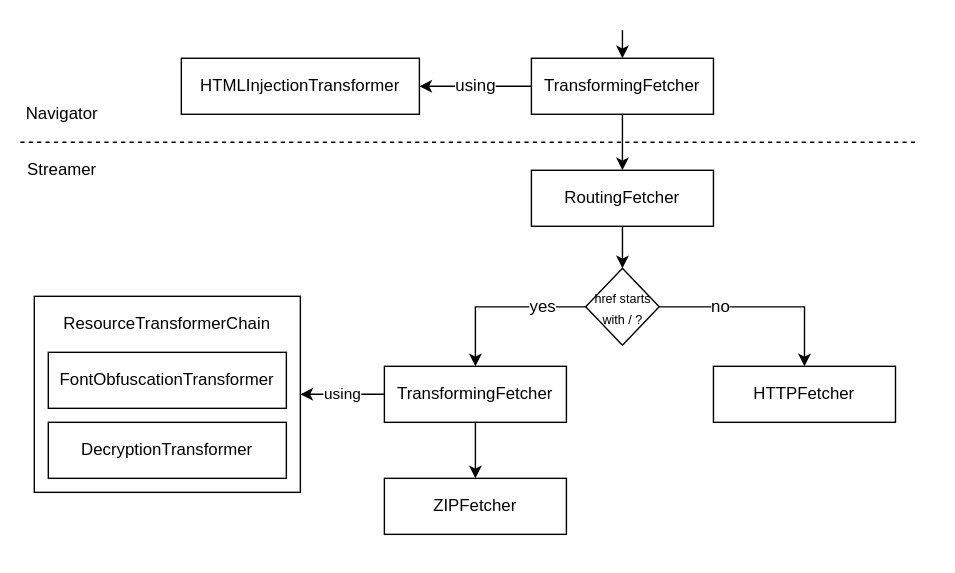
Above: proposals/assets/002-epub.svg in readium/architecture (draw.io), before the change. Source tidied: cells renumbered, new cells last; positions are measured from the earlier drawing's top-left corner, leaving out a move shared by most shapes.
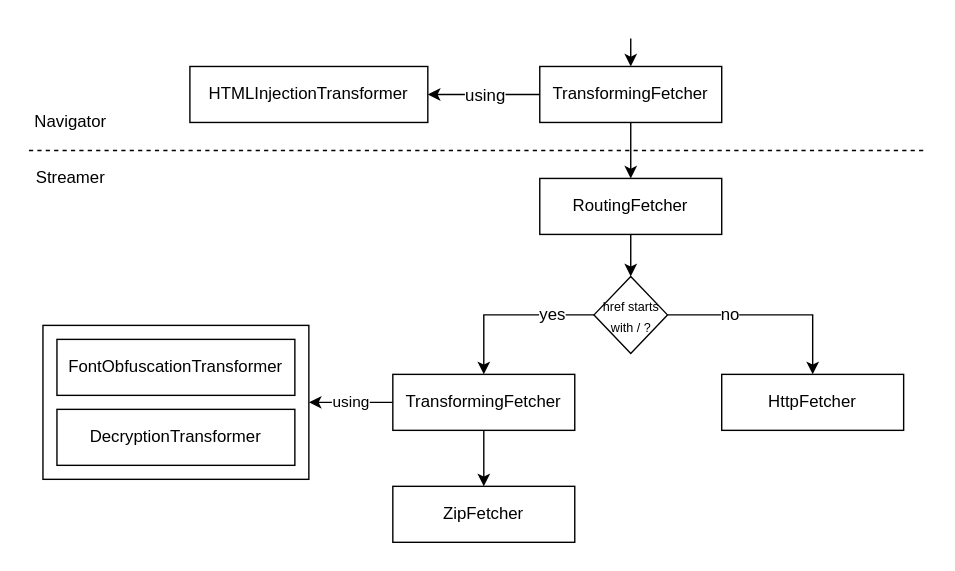
After the change.

Commit message:
Simplify resource transformers

Diff of the diagram source:
```diff
@@ -3,7 +3,7 @@
     <mxCell id="0" />
     <mxCell id="1" parent="0" />
     <mxCell id="2" style="rounded=0;whiteSpace=wrap;html=1;" parent="1" vertex="1">
-      <mxGeometry x="10" y="190" width="190" height="140" as="geometry" />
+      <mxGeometry x="10" y="205" width="190" height="110" as="geometry" />
     </mxCell>
     <mxCell id="3" style="edgeStyle=orthogonalEdgeStyle;rounded=0;jettySize=auto;html=1;entryX=1;entryY=0.5;entryDx=0;entryDy=0;" parent="1" edge="1" source="6" target="7">
       <mxGeometry relative="1" as="geometry" />
@@ -23,21 +23,18 @@
       <mxGeometry x="115" y="20" width="170" height="40" as="geometry" />
     </mxCell>
     <mxCell id="8" value="FontObfuscationTransformer" style="rounded=0;whiteSpace=wrap;html=1;" parent="1" vertex="1">
-      <mxGeometry x="20" y="230" width="170" height="40" as="geometry" />
+      <mxGeometry x="20" y="215" width="170" height="40" as="geometry" />
     </mxCell>
     <mxCell id="9" value="DecryptionTransformer" style="rounded=0;whiteSpace=wrap;html=1;" parent="1" vertex="1">
-      <mxGeometry x="20" y="280" width="170" height="40" as="geometry" />
+      <mxGeometry x="20" y="265" width="170" height="40" as="geometry" />
     </mxCell>
-    <mxCell id="10" value="ResourceTransformerChain" style="text;html=1;strokeColor=none;fillColor=none;align=center;verticalAlign=middle;whiteSpace=wrap;rounded=0;" parent="1" vertex="1">
-      <mxGeometry x="85" y="200" width="40" height="20" as="geometry" />
-    </mxCell>
     <mxCell id="11" style="edgeStyle=orthogonalEdgeStyle;rounded=0;jettySize=auto;html=1;entryX=0.5;entryY=0;entryDx=0;entryDy=0;" parent="1" edge="1" source="12" target="22">
       <mxGeometry relative="1" as="geometry" />
     </mxCell>
     <mxCell id="12" value="RoutingFetcher" style="rounded=0;whiteSpace=wrap;html=1;" parent="1" vertex="1">
       <mxGeometry x="365" y="100" width="130" height="40" as="geometry" />
     </mxCell>
-    <mxCell id="13" value="HTTPFetcher" style="rounded=0;whiteSpace=wrap;html=1;" parent="1" vertex="1">
+    <mxCell id="13" value="HttpFetcher" style="rounded=0;whiteSpace=wrap;html=1;" parent="1" vertex="1">
       <mxGeometry x="495" y="240" width="130" height="40" as="geometry" />
     </mxCell>
     <mxCell id="14" style="edgeStyle=orthogonalEdgeStyle;rounded=0;jettySize=auto;html=1;entryX=0.5;entryY=0;entryDx=0;entryDy=0;" parent="1" edge="1" source="16" target="17">
@@ -49,7 +46,7 @@
     <mxCell id="16" value="TransformingFetcher" style="rounded=0;whiteSpace=wrap;html=1;" parent="1" vertex="1">
       <mxGeometry x="260" y="240" width="130" height="40" as="geometry" />
     </mxCell>
-    <mxCell id="17" value="ZIPFetcher" style="rounded=0;whiteSpace=wrap;html=1;" parent="1" vertex="1">
+    <mxCell id="17" value="ZipFetcher" style="rounded=0;whiteSpace=wrap;html=1;" parent="1" vertex="1">
       <mxGeometry x="260" y="320" width="130" height="40" as="geometry" />
     </mxCell>
     <mxCell id="18" style="edgeStyle=orthogonalEdgeStyle;rounded=0;jettySize=auto;html=1;entryX=0.5;entryY=0;entryDx=0;entryDy=0;" parent="1" edge="1" source="22" target="13">
```
